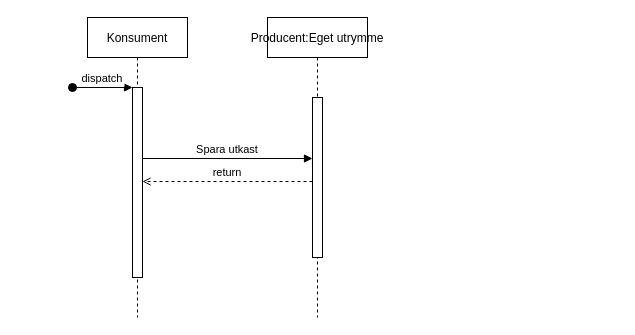
staffanbo/try_git keeps this draw.io diagram as Untitled Diagram.drawio. Above is the earlier version. Source tidied: cells renumbered, new cells numbered last; positions are measured from the earlier drawing's top-left corner, leaving out a move shared by most shapes. Both pictures are drawn from the tidied source at 100%, with x=0, y=0 at pixel (72, 17).
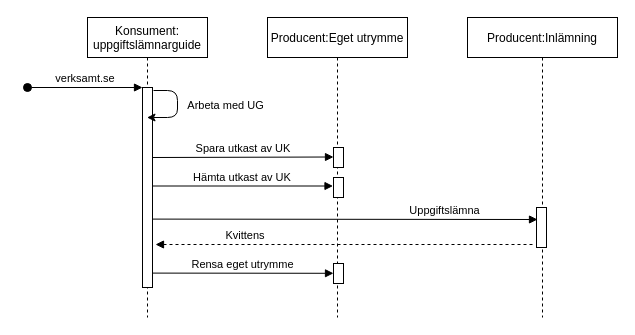
The same diagram, later.

Change to the diagram source:
```diff
@@
-    <mxCell id="2" value="Konsument" style="shape=umlLifeline;perimeter=lifelinePerimeter;rounded=0;shadow=0;strokeWidth=1;" parent="1" vertex="1">
-      <mxGeometry x="15" width="100" height="300" as="geometry" />
+    <mxCell id="2" value="Konsument:&#10;uppgiftslämnarguide" style="shape=umlLifeline;perimeter=lifelinePerimeter;rounded=0;shadow=0;strokeWidth=1;" parent="1" vertex="1">
+      <mxGeometry x="15" width="120" height="300" as="geometry" />
     </mxCell>
     <mxCell id="3" style="points=[];perimeter=orthogonalPerimeter;rounded=0;shadow=0;strokeWidth=1;" parent="2" vertex="1">
-      <mxGeometry x="45" y="70" width="10" height="190" as="geometry" />
+      <mxGeometry x="55" y="70" width="10" height="200" as="geometry" />
     </mxCell>
-    <mxCell id="4" value="dispatch" style="verticalAlign=bottom;startArrow=oval;endArrow=block;startSize=8;shadow=0;strokeWidth=1;" parent="2" edge="1" target="3">
+    <mxCell id="4" value="verksamt.se" style="verticalAlign=bottom;startArrow=oval;endArrow=block;startSize=8;shadow=0;strokeWidth=1;" parent="2" edge="1" target="3">
       <mxGeometry relative="1" as="geometry">
-        <mxPoint x="-15" y="70" as="sourcePoint" />
+        <mxPoint x="-60" y="70" as="sourcePoint" />
       </mxGeometry>
     </mxCell>
+    <mxCell id="9" value="Arbeta med UG" style="endArrow=classic;html=1;exitX=1.1;exitY=0.015;exitDx=0;exitDy=0;exitPerimeter=0;" parent="2" edge="1" source="3" target="2">
+      <mxGeometry x="0.29" y="-51" relative="1" as="geometry">
+        <Array as="points">
+          <mxPoint x="90" y="73" />
+          <mxPoint x="90" y="100" />
+        </Array>
+        <mxPoint x="50" y="39" as="offset" />
+      </mxGeometry>
+    </mxCell>
     <mxCell id="5" value="Producent:Eget utrymme" style="shape=umlLifeline;perimeter=lifelinePerimeter;rounded=0;shadow=0;strokeWidth=1;" parent="1" vertex="1">
-      <mxGeometry x="195" width="100" height="300" as="geometry" />
+      <mxGeometry x="195" width="140" height="300" as="geometry" />
     </mxCell>
     <mxCell id="6" style="points=[];perimeter=orthogonalPerimeter;rounded=0;shadow=0;strokeWidth=1;" parent="5" vertex="1">
-      <mxGeometry x="45" y="80" width="10" height="160" as="geometry" />
+      <mxGeometry x="66" y="130" width="10" height="20" as="geometry" />
     </mxCell>
-    <mxCell id="7" value="return" style="verticalAlign=bottom;endArrow=open;dashed=1;exitX=0;exitY=0.95;shadow=0;strokeWidth=1;" parent="1" edge="1">
-      <mxGeometry relative="1" as="geometry">
-        <mxPoint x="240" y="164" as="sourcePoint" />
-        <mxPoint x="70" y="164" as="targetPoint" />
-      </mxGeometry>
-    </mxCell>
-    <mxCell id="8" value="Spara utkast" style="verticalAlign=bottom;endArrow=block;entryX=0;entryY=0;shadow=0;strokeWidth=1;" parent="1" edge="1">
+    <mxCell id="8" value="Spara utkast av UK" style="verticalAlign=bottom;endArrow=block;shadow=0;strokeWidth=1;entryX=0;entryY=0.475;entryDx=0;entryDy=0;entryPerimeter=0;" parent="1" edge="1" target="6">
       <mxGeometry relative="1" as="geometry">
-        <mxPoint x="70" y="141" as="sourcePoint" />
-        <mxPoint x="240" y="141" as="targetPoint" />
+        <mxPoint x="80" y="140" as="sourcePoint" />
       </mxGeometry>
     </mxCell>
+    <mxCell id="10" value="Producent:Inlämning" style="shape=umlLifeline;perimeter=lifelinePerimeter;rounded=0;shadow=0;strokeWidth=1;" parent="1" vertex="1">
+      <mxGeometry x="395" width="150" height="300" as="geometry" />
+    </mxCell>
+    <mxCell id="11" style="perimeter=orthogonalPerimeter;rounded=0;shadow=0;strokeWidth=1;" parent="10" vertex="1">
+      <mxGeometry x="69" y="190" width="10" height="40" as="geometry" />
+    </mxCell>
+    <mxCell id="12" style="points=[];perimeter=orthogonalPerimeter;rounded=0;shadow=0;strokeWidth=1;" parent="1" vertex="1">
+      <mxGeometry x="261" y="160" width="10" height="20" as="geometry" />
+    </mxCell>
+    <mxCell id="13" value="Hämta utkast av UK" style="verticalAlign=bottom;endArrow=block;shadow=0;strokeWidth=1;entryX=-0.05;entryY=0.425;entryDx=0;entryDy=0;entryPerimeter=0;" parent="1" edge="1" source="3" target="12">
+      <mxGeometry relative="1" as="geometry" />
+    </mxCell>
+    <mxCell id="14" value="Uppgiftslämna" style="verticalAlign=bottom;endArrow=block;shadow=0;strokeWidth=1;exitX=1.05;exitY=0.658;exitDx=0;exitDy=0;exitPerimeter=0;" parent="1" edge="1" source="3">
+      <mxGeometry x="0.52" relative="1" as="geometry">
+        <mxPoint x="465" y="202" as="targetPoint" />
+      </mxGeometry>
+    </mxCell>
+    <mxCell id="15" value="Kvittens" style="verticalAlign=bottom;endArrow=block;shadow=0;strokeWidth=1;exitX=-0.4;exitY=0.67;exitDx=0;exitDy=0;exitPerimeter=0;dashed=1;" parent="1" edge="1">
+      <mxGeometry x="0.52" relative="1" as="geometry">
+        <mxPoint x="460" y="227" as="sourcePoint" />
+        <mxPoint x="83" y="227" as="targetPoint" />
+      </mxGeometry>
+    </mxCell>
+    <mxCell id="16" style="perimeter=orthogonalPerimeter;rounded=0;shadow=0;strokeWidth=1;" parent="1" vertex="1">
+      <mxGeometry x="261" y="246" width="10" height="20" as="geometry" />
+    </mxCell>
+    <mxCell id="17" value="Rensa eget utrymme" style="verticalAlign=bottom;endArrow=block;entryX=0.486;entryY=0.463;shadow=0;strokeWidth=1;entryDx=0;entryDy=0;entryPerimeter=0;exitX=0.95;exitY=0.928;exitDx=0;exitDy=0;exitPerimeter=0;" parent="1" edge="1" source="3">
+      <mxGeometry relative="1" as="geometry">
+        <mxPoint x="261" y="255.8" as="targetPoint" />
+      </mxGeometry>
+    </mxCell>
```
